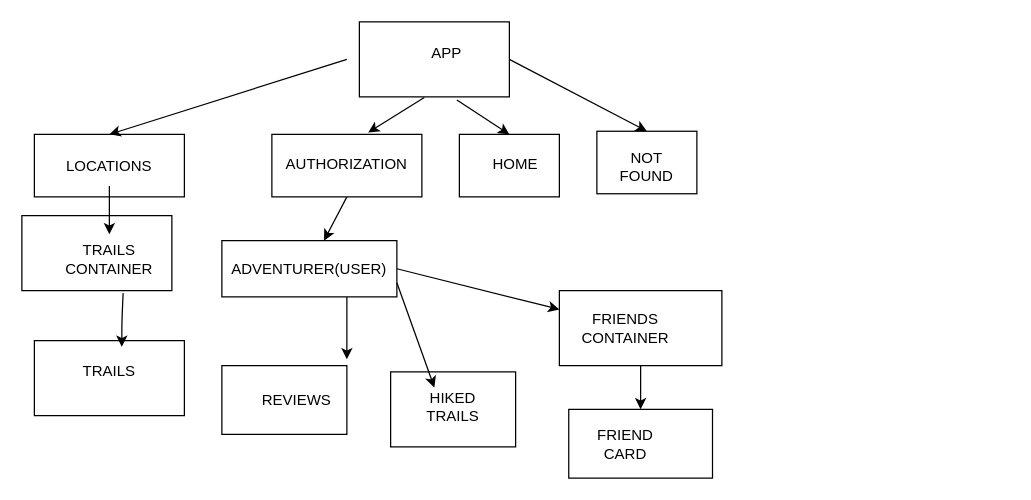
The draw.io diagram react-tree.drawio in rachelsteiner91/HappyTrails, before the edit. Source tidied: cells renumbered, new cells numbered last; positions are measured from the earlier drawing's top-left corner, leaving out a move shared by most shapes. Both pictures are drawn from the tidied source at 125%, with x=0, y=0 at pixel (21, 21).
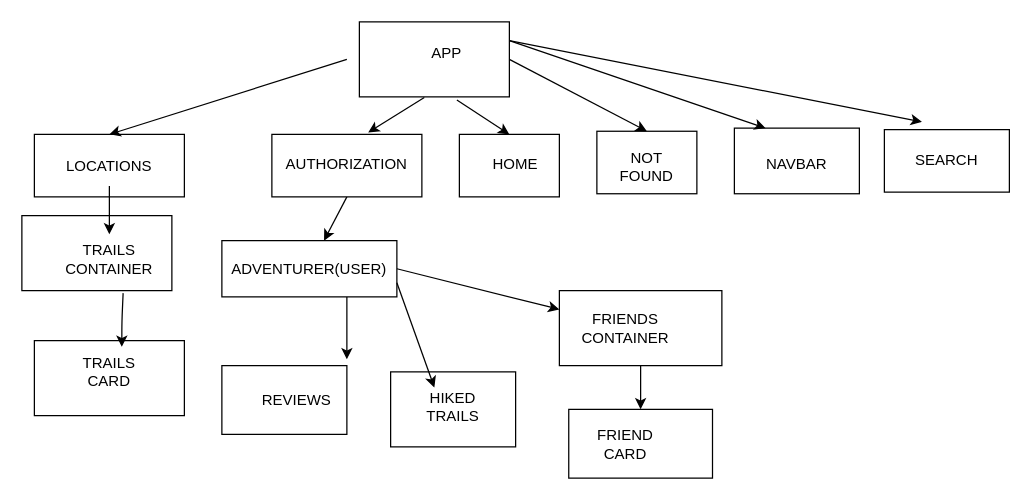
The same diagram, later.

Commit message (it also covers changes not shown here):
API backend requests

The change refers to these unchanged cells:
```xml
<mxCell id="2" style="rounded=0;whiteSpace=wrap;html=1;" parent="1" vertex="1">
  <mxGeometry x="270" width="120" height="60" as="geometry" />
</mxCell>
```

The edit, as a diff of the source:
```diff
@@
-    <mxCell id="14" value="TRAILS" style="text;html=1;strokeColor=none;fillColor=none;align=center;verticalAlign=middle;whiteSpace=wrap;rounded=0;" parent="1" vertex="1">
+    <mxCell id="14" value="TRAILS CARD" style="text;html=1;strokeColor=none;fillColor=none;align=center;verticalAlign=middle;whiteSpace=wrap;rounded=0;" parent="1" vertex="1">
       <mxGeometry x="40" y="265" width="60" height="30" as="geometry" />
     </mxCell>
@@
+    <mxCell id="36" style="rounded=0;whiteSpace=wrap;html=1;" parent="1" vertex="1">
+      <mxGeometry x="570" y="85" width="100" height="52.5" as="geometry" />
+    </mxCell>
+    <mxCell id="37" value="NAVBAR" style="text;html=1;strokeColor=none;fillColor=none;align=center;verticalAlign=middle;whiteSpace=wrap;rounded=0;" parent="1" vertex="1">
+      <mxGeometry x="590" y="98.8" width="60" height="30" as="geometry" />
+    </mxCell>
+    <mxCell id="38" style="rounded=0;whiteSpace=wrap;html=1;" parent="1" vertex="1">
+      <mxGeometry x="690" y="86.2" width="100" height="50" as="geometry" />
+    </mxCell>
+    <mxCell id="39" value="SEARCH" style="text;html=1;strokeColor=none;fillColor=none;align=center;verticalAlign=middle;whiteSpace=wrap;rounded=0;" parent="1" vertex="1">
+      <mxGeometry x="710" y="96.2" width="60" height="30" as="geometry" />
+    </mxCell>
+    <mxCell id="40" style="endArrow=classic;html=1;exitX=1;exitY=0.25;exitDx=0;exitDy=0;entryX=0.25;entryY=0;entryDx=0;entryDy=0;" parent="1" edge="1" source="2" target="36">
+      <mxGeometry relative="1" as="geometry" />
+    </mxCell>
+    <mxCell id="41" style="endArrow=classic;html=1;exitX=1;exitY=0.25;exitDx=0;exitDy=0;" parent="1" edge="1" source="2">
+      <mxGeometry relative="1" as="geometry">
+        <mxPoint x="720" y="80" as="targetPoint" />
+      </mxGeometry>
+    </mxCell>
```
